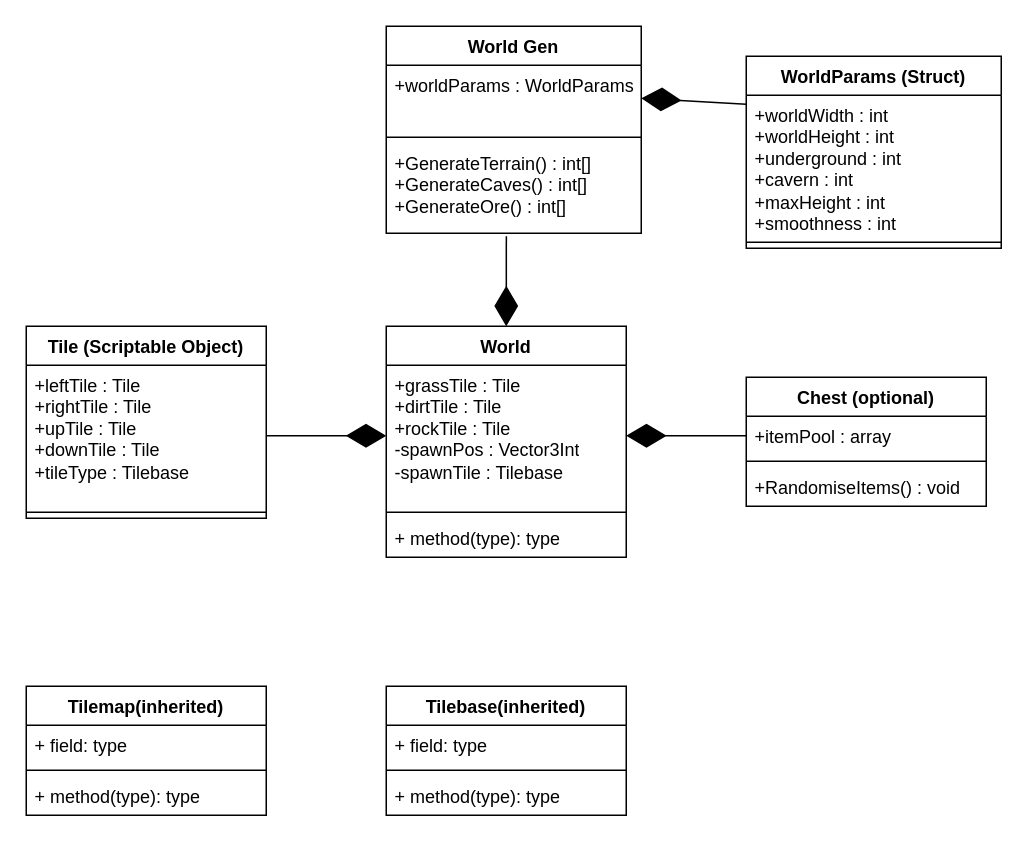
The draw.io diagram HighLevelUML.drawio in AlexIzak/ProcGenTool, before the edit. Source tidied: cells renumbered, new cells numbered last; positions are measured from the earlier drawing's top-left corner, leaving out a move shared by most shapes. Both pictures are drawn from the tidied source at 150%, with x=0, y=0 at pixel (26, 26).
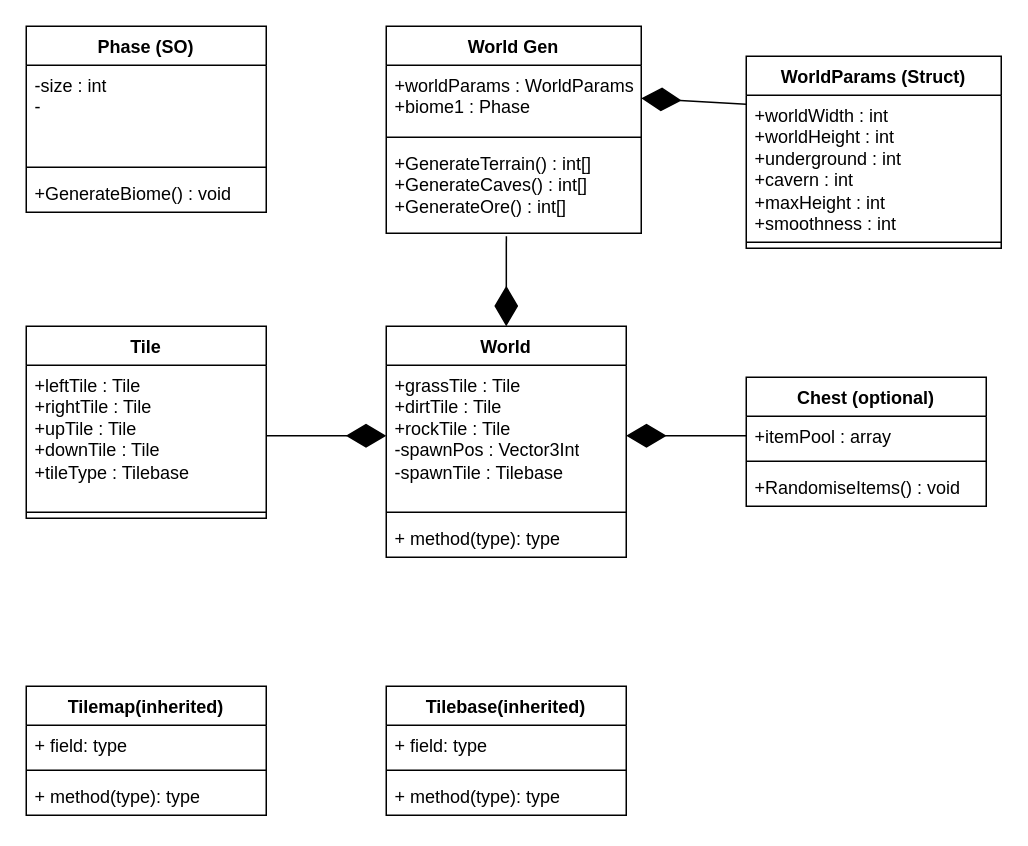
The same diagram, later.

The change refers to these unchanged cells:
```xml
<mxCell id="2" value="World Gen" style="swimlane;fontStyle=1;align=center;verticalAlign=top;horizontal=1;startSize=26;whiteSpace=wrap;html=1;" parent="1" vertex="1">
  <mxGeometry x="240" width="170" height="138" as="geometry" />
</mxCell>
```

Change to the diagram source:
```diff
@@
-    <mxCell id="3" value="&lt;div&gt;+worldParams : WorldParams&lt;/div&gt;&lt;div&gt;&lt;br&gt;&lt;/div&gt;" style="text;strokeColor=none;fillColor=none;align=left;verticalAlign=top;spacingLeft=4;spacingRight=4;overflow=hidden;points=[[0,0.5],[1,0.5]];portConstraint=eastwest;whiteSpace=wrap;html=1;" parent="2" vertex="1">
+    <mxCell id="3" value="&lt;div&gt;+worldParams : WorldParams&lt;/div&gt;&lt;div&gt;+biome1 : Phase&lt;/div&gt;" style="text;strokeColor=none;fillColor=none;align=left;verticalAlign=top;spacingLeft=4;spacingRight=4;overflow=hidden;points=[[0,0.5],[1,0.5]];portConstraint=eastwest;whiteSpace=wrap;html=1;" parent="2" vertex="1">
       <mxGeometry y="26" width="170" height="44" as="geometry" />
     </mxCell>
@@
-    <mxCell id="6" value="Tile (Scriptable Object)" style="swimlane;fontStyle=1;align=center;verticalAlign=top;horizontal=1;startSize=26;whiteSpace=wrap;html=1;" parent="1" vertex="1">
+    <mxCell id="6" value="Tile" style="swimlane;fontStyle=1;align=center;verticalAlign=top;horizontal=1;startSize=26;whiteSpace=wrap;html=1;" parent="1" vertex="1">
       <mxGeometry y="200" width="160" height="128" as="geometry" />
     </mxCell>
@@
+    <mxCell id="32" value="Phase (SO)" style="swimlane;fontStyle=1;align=center;verticalAlign=top;horizontal=1;startSize=26;whiteSpace=wrap;html=1;" parent="1" vertex="1">
+      <mxGeometry width="160" height="124" as="geometry" />
+    </mxCell>
+    <mxCell id="33" value="-size : int&lt;div&gt;-&lt;/div&gt;" style="text;strokeColor=none;fillColor=none;align=left;verticalAlign=top;spacingLeft=4;spacingRight=4;overflow=hidden;whiteSpace=wrap;html=1;" parent="32" vertex="1">
+      <mxGeometry y="26" width="160" height="64" as="geometry" />
+    </mxCell>
+    <mxCell id="34" style="line;strokeWidth=1;fillColor=none;align=left;verticalAlign=middle;spacingTop=-1;spacingLeft=3;spacingRight=3;labelPosition=right;strokeColor=inherit;" parent="32" vertex="1">
+      <mxGeometry y="90" width="160" height="8" as="geometry" />
+    </mxCell>
+    <mxCell id="35" value="+GenerateBiome() : void" style="text;strokeColor=none;fillColor=none;align=left;verticalAlign=top;spacingLeft=4;spacingRight=4;overflow=hidden;whiteSpace=wrap;html=1;" parent="32" vertex="1">
+      <mxGeometry y="98" width="160" height="26" as="geometry" />
+    </mxCell>
```
